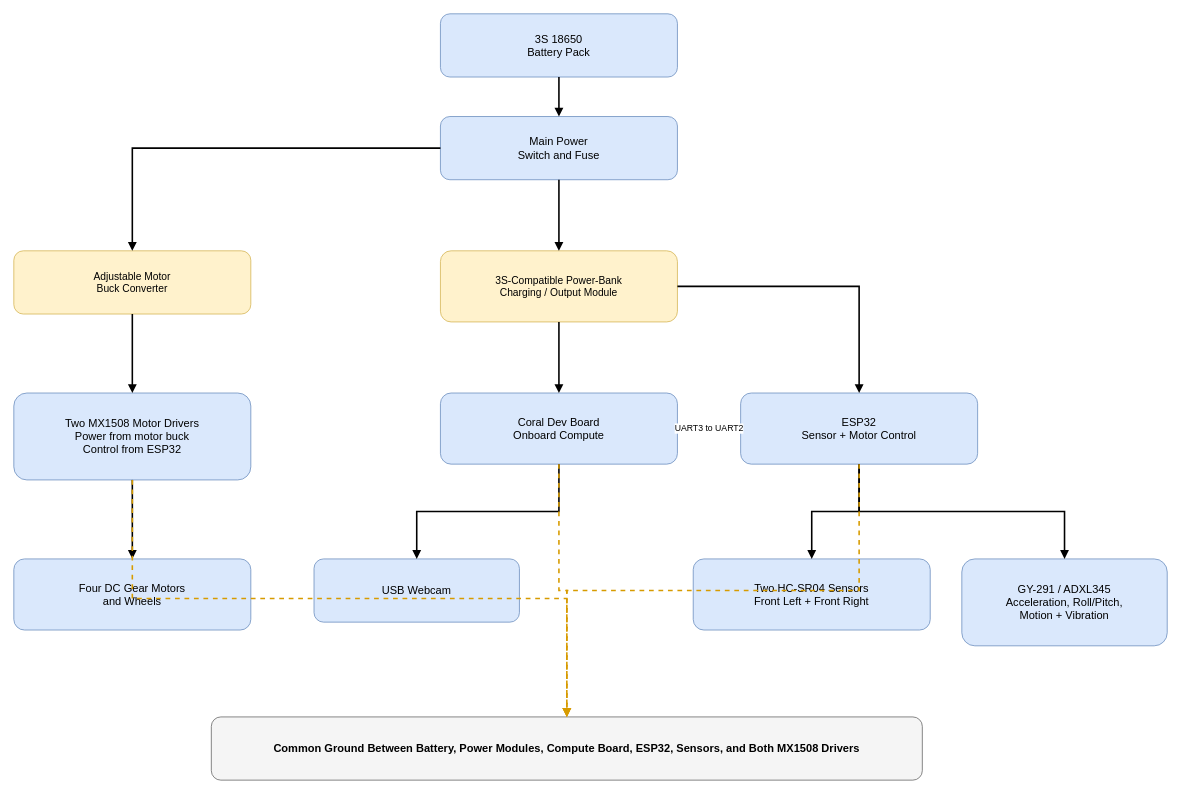
Before: drawio/chapter_3/figure_3_7_finalized_component_based_circuit_architecture.drawio in amfarhnn/VLM-Based-Robot-Navigation, a draw.io diagram. Source tidied: cells renumbered, new cells numbered last; positions are measured from the earlier drawing's top-left corner, leaving out a move shared by most shapes. Both pictures are drawn from the tidied source at 79%, with x=0, y=0 at pixel (13, 13).
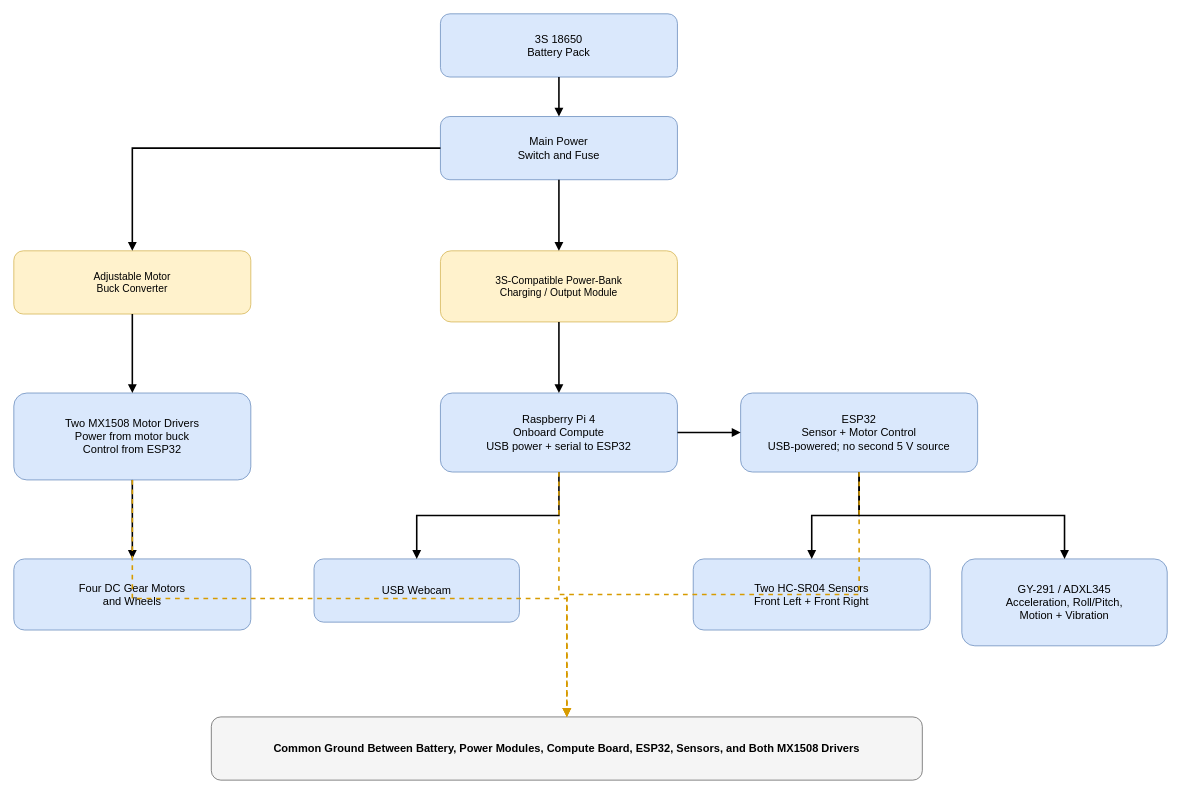
After the change.

The change refers to these unchanged cells:
```xml
<mxCell id="5" value="3S-Compatible Power-Bank&#10;Charging / Output Module" style="rounded=1;whiteSpace=wrap;html=1;fillColor=#fff2cc;strokeColor=#d6b656;fontSize=13;" parent="1" vertex="1">
  <mxGeometry x="540" y="300" width="300" height="90" as="geometry" />
</mxCell>
<mxCell id="6" value="Two MX1508 Motor Drivers&#10;Power from motor buck&#10;Control from ESP32" style="rounded=1;whiteSpace=wrap;html=1;fillColor=#dae8fc;strokeColor=#6c8ebf;fontSize=14;" parent="1" vertex="1">
  <mxGeometry y="480" width="300" height="110" as="geometry" />
</mxCell>
<mxCell id="9" value="USB Webcam" style="rounded=1;whiteSpace=wrap;html=1;fillColor=#dae8fc;strokeColor=#6c8ebf;fontSize=14;" parent="1" vertex="1">
  <mxGeometry x="380" y="690" width="260" height="80" as="geometry" />
</mxCell>
<mxCell id="11" value="Two HC-SR04 Sensors&#10;Front Left + Front Right" style="rounded=1;whiteSpace=wrap;html=1;fillColor=#dae8fc;strokeColor=#6c8ebf;fontSize=14;" parent="1" vertex="1">
  <mxGeometry x="860" y="690" width="300" height="90" as="geometry" />
</mxCell>
<mxCell id="12" value="GY-291 / ADXL345&#10;Acceleration, Roll/Pitch,&#10;Motion + Vibration" style="rounded=1;whiteSpace=wrap;html=1;fillColor=#dae8fc;strokeColor=#6c8ebf;fontSize=14;" parent="1" vertex="1">
  <mxGeometry x="1200" y="690" width="260" height="110" as="geometry" />
</mxCell>
<mxCell id="13" value="Common Ground Between Battery, Power Modules, Compute Board, ESP32, Sensors, and Both MX1508 Drivers" style="rounded=1;whiteSpace=wrap;html=1;fillColor=#f5f5f5;strokeColor=#666666;fontStyle=1;fontSize=14;" parent="1" vertex="1">
  <mxGeometry x="250" y="890" width="900" height="80" as="geometry" />
</mxCell>
```

Change to the diagram source:
```diff
@@
-    <mxCell id="8" value="Coral Dev Board&#10;Onboard Compute" style="rounded=1;whiteSpace=wrap;html=1;fillColor=#dae8fc;strokeColor=#6c8ebf;fontSize=14;" parent="1" vertex="1">
-      <mxGeometry x="540" y="480" width="300" height="90" as="geometry" />
+    <mxCell id="8" value="Raspberry Pi 4&#10;Onboard Compute&#10;USB power + serial to ESP32" style="rounded=1;whiteSpace=wrap;html=1;fillColor=#dae8fc;strokeColor=#6c8ebf;fontSize=14;" parent="1" vertex="1">
+      <mxGeometry x="540" y="480" width="300" height="100" as="geometry" />
     </mxCell>
@@
-    <mxCell id="10" value="ESP32&#10;Sensor + Motor Control" style="rounded=1;whiteSpace=wrap;html=1;fillColor=#dae8fc;strokeColor=#6c8ebf;fontSize=14;" parent="1" vertex="1">
-      <mxGeometry x="920" y="480" width="300" height="90" as="geometry" />
+    <mxCell id="10" value="ESP32&#10;Sensor + Motor Control&#10;USB-powered; no second 5 V source" style="rounded=1;whiteSpace=wrap;html=1;fillColor=#dae8fc;strokeColor=#6c8ebf;fontSize=14;" parent="1" vertex="1">
+      <mxGeometry x="920" y="480" width="300" height="100" as="geometry" />
     </mxCell>
@@
-    <mxCell id="20" style="edgeStyle=orthogonalEdgeStyle;rounded=0;jettySize=auto;html=1;endArrow=block;endFill=1;strokeWidth=2;" parent="1" edge="1" source="5" target="10">
+    <mxCell id="20" style="edgeStyle=orthogonalEdgeStyle;rounded=0;jettySize=auto;html=1;endArrow=block;endFill=1;strokeWidth=2;" parent="1" edge="1" source="8" target="9">
       <mxGeometry relative="1" as="geometry" />
     </mxCell>
-    <mxCell id="21" style="edgeStyle=orthogonalEdgeStyle;rounded=0;jettySize=auto;html=1;endArrow=block;endFill=1;strokeWidth=2;" parent="1" edge="1" source="8" target="9">
+    <mxCell id="21" style="edgeStyle=orthogonalEdgeStyle;rounded=0;jettySize=auto;html=1;endArrow=block;endFill=1;strokeWidth=2;" parent="1" edge="1" source="10" target="11">
       <mxGeometry relative="1" as="geometry" />
     </mxCell>
-    <mxCell id="22" style="edgeStyle=orthogonalEdgeStyle;rounded=0;jettySize=auto;html=1;endArrow=block;endFill=1;strokeWidth=2;" parent="1" edge="1" source="10" target="11">
+    <mxCell id="22" style="edgeStyle=orthogonalEdgeStyle;rounded=0;jettySize=auto;html=1;endArrow=block;endFill=1;strokeWidth=2;" parent="1" edge="1" source="10" target="12">
       <mxGeometry relative="1" as="geometry" />
     </mxCell>
-    <mxCell id="23" style="edgeStyle=orthogonalEdgeStyle;rounded=0;jettySize=auto;html=1;endArrow=block;endFill=1;strokeWidth=2;" parent="1" edge="1" source="10" target="12">
+    <mxCell id="23" style="edgeStyle=orthogonalEdgeStyle;rounded=0;jettySize=auto;html=1;endArrow=block;endFill=1;strokeWidth=2;" parent="1" edge="1" source="8" target="10">
       <mxGeometry relative="1" as="geometry" />
     </mxCell>
-    <mxCell id="24" value="UART3 to UART2" style="edgeStyle=orthogonalEdgeStyle;rounded=0;jettySize=auto;html=1;endArrow=block;endFill=1;strokeWidth=2;" parent="1" edge="1" source="8" target="10">
+    <mxCell id="24" style="edgeStyle=orthogonalEdgeStyle;rounded=0;jettySize=auto;html=1;endArrow=block;endFill=1;strokeWidth=2;dashed=1;strokeColor=#d79b00;" parent="1" edge="1" source="6" target="13">
       <mxGeometry relative="1" as="geometry" />
     </mxCell>
-    <mxCell id="25" style="edgeStyle=orthogonalEdgeStyle;rounded=0;jettySize=auto;html=1;endArrow=block;endFill=1;strokeWidth=2;dashed=1;strokeColor=#d79b00;" parent="1" edge="1" source="6" target="13">
+    <mxCell id="25" style="edgeStyle=orthogonalEdgeStyle;rounded=0;jettySize=auto;html=1;endArrow=block;endFill=1;strokeWidth=2;dashed=1;strokeColor=#d79b00;" parent="1" edge="1" source="8" target="13">
       <mxGeometry relative="1" as="geometry" />
     </mxCell>
-    <mxCell id="26" style="edgeStyle=orthogonalEdgeStyle;rounded=0;jettySize=auto;html=1;endArrow=block;endFill=1;strokeWidth=2;dashed=1;strokeColor=#d79b00;" parent="1" edge="1" source="8" target="13">
+    <mxCell id="26" style="edgeStyle=orthogonalEdgeStyle;rounded=0;jettySize=auto;html=1;endArrow=block;endFill=1;strokeWidth=2;dashed=1;strokeColor=#d79b00;" parent="1" edge="1" source="10" target="13">
       <mxGeometry relative="1" as="geometry" />
     </mxCell>
-    <mxCell id="27" style="edgeStyle=orthogonalEdgeStyle;rounded=0;jettySize=auto;html=1;endArrow=block;endFill=1;strokeWidth=2;dashed=1;strokeColor=#d79b00;" parent="1" edge="1" source="10" target="13">
-      <mxGeometry relative="1" as="geometry" />
-    </mxCell>
```
